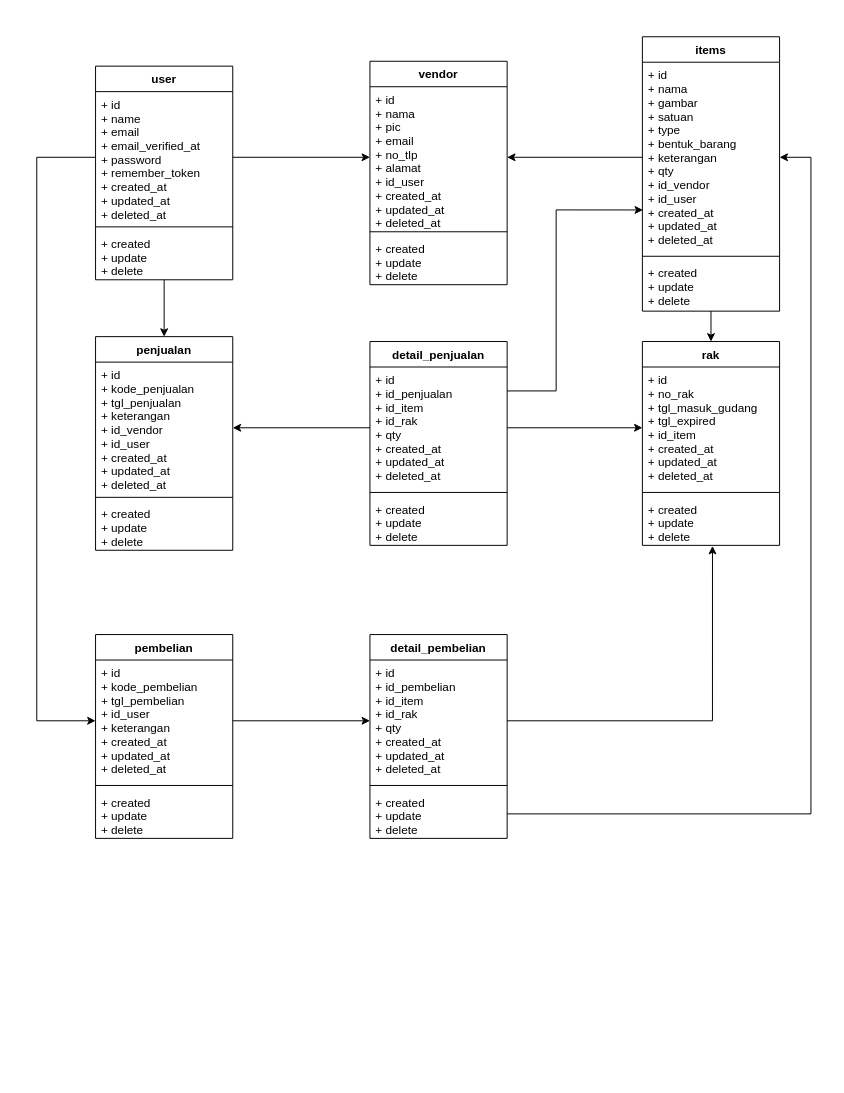
Above: public/DOKUMENTASI/Class diagram.drawio in ArsalanThufailWisandi/erp-warehouse (draw.io), before the change. Source tidied: cells renumbered, new cells numbered last; positions are measured from the earlier drawing's top-left corner, leaving out a move shared by most shapes. Both pictures are drawn from the tidied source at 98%, with x=0, y=0 at pixel (17, 17).
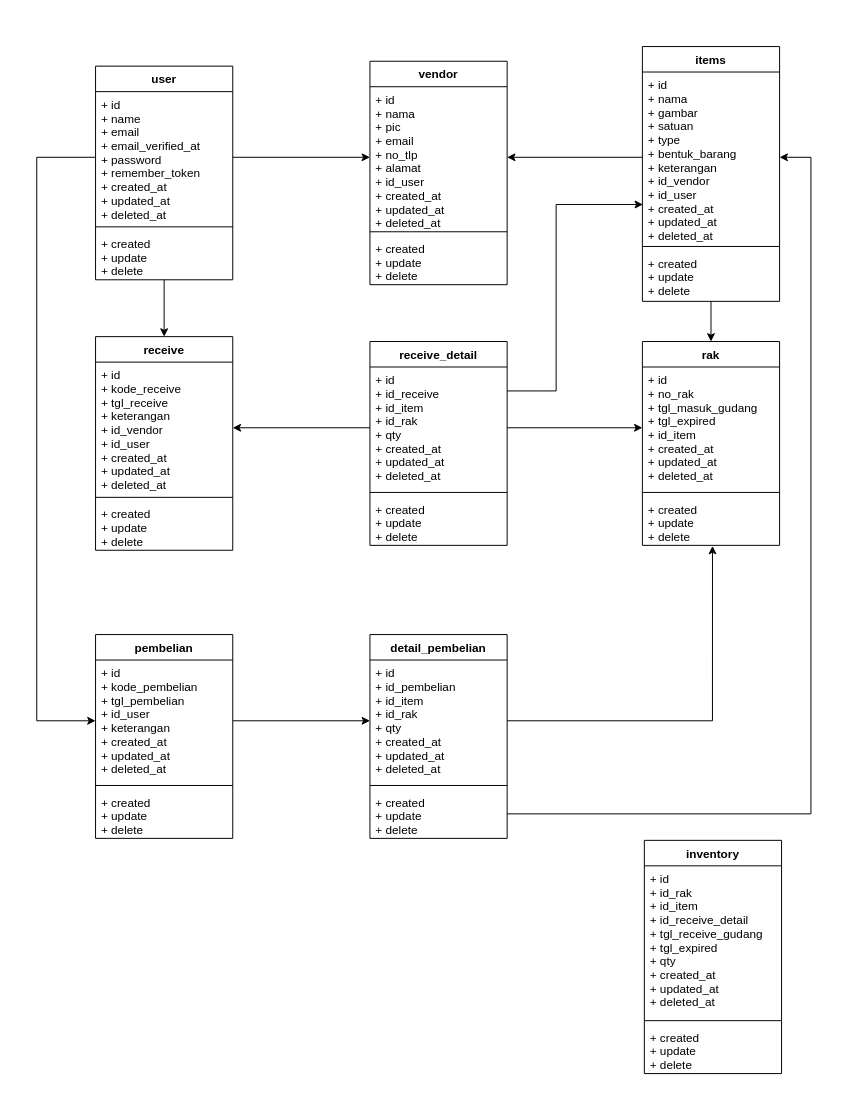
Above is the later version.

Diff of the diagram source:
```diff
@@
     <mxCell id="17" value="items" style="swimlane;fontStyle=1;align=center;verticalAlign=top;horizontal=1;startSize=26;" parent="1" vertex="1">
-      <mxGeometry x="638" y="20" width="140" height="280" as="geometry" />
+      <mxGeometry x="638" y="30" width="140" height="260" as="geometry" />
     </mxCell>
-    <mxCell id="18" value="+ id&#10;+ nama&#10;+ gambar&#10;+ satuan&#10;+ type&#10;+ bentuk_barang&#10;+ keterangan&#10;+ qty&#10;+ id_vendor&#10;+ id_user&#10;+ created_at&#10;+ updated_at&#10;+ deleted_at" style="text;strokeColor=none;fillColor=none;align=left;verticalAlign=top;spacingLeft=4;spacingRight=4;overflow=hidden;points=[[0,0.5],[1,0.5]];portConstraint=eastwest;" parent="17" vertex="1">
-      <mxGeometry y="26" width="140" height="194" as="geometry" />
+    <mxCell id="18" value="+ id&#10;+ nama&#10;+ gambar&#10;+ satuan&#10;+ type&#10;+ bentuk_barang&#10;+ keterangan&#10;+ id_vendor&#10;+ id_user&#10;+ created_at&#10;+ updated_at&#10;+ deleted_at" style="text;strokeColor=none;fillColor=none;align=left;verticalAlign=top;spacingLeft=4;spacingRight=4;overflow=hidden;points=[[0,0.5],[1,0.5]];portConstraint=eastwest;" parent="17" vertex="1">
+      <mxGeometry y="26" width="140" height="174" as="geometry" />
     </mxCell>
     <mxCell id="19" style="line;strokeWidth=1;fillColor=none;align=left;verticalAlign=middle;spacingTop=-1;spacingLeft=3;spacingRight=3;labelPosition=right;" parent="17" vertex="1">
-      <mxGeometry y="220" width="140" height="8" as="geometry" />
+      <mxGeometry y="200" width="140" height="8" as="geometry" />
     </mxCell>
     <mxCell id="20" value="+ created&#10;+ update&#10;+ delete" style="text;strokeColor=none;fillColor=none;align=left;verticalAlign=top;spacingLeft=4;spacingRight=4;overflow=hidden;points=[[0,0.5],[1,0.5]];portConstraint=eastwest;" parent="17" vertex="1">
-      <mxGeometry y="228" width="140" height="52" as="geometry" />
+      <mxGeometry y="208" width="140" height="52" as="geometry" />
     </mxCell>
@@
-    <mxCell id="26" value="penjualan" style="swimlane;fontStyle=1;align=center;verticalAlign=top;horizontal=1;startSize=26;" parent="1" vertex="1">
+    <mxCell id="26" value="receive" style="swimlane;fontStyle=1;align=center;verticalAlign=top;horizontal=1;startSize=26;" parent="1" vertex="1">
       <mxGeometry x="80" y="326" width="140" height="218" as="geometry" />
     </mxCell>
-    <mxCell id="27" value="+ id&#10;+ kode_penjualan&#10;+ tgl_penjualan&#10;+ keterangan&#10;+ id_vendor&#10;+ id_user&#10;+ created_at&#10;+ updated_at&#10;+ deleted_at" style="text;strokeColor=none;fillColor=none;align=left;verticalAlign=top;spacingLeft=4;spacingRight=4;overflow=hidden;points=[[0,0.5],[1,0.5]];portConstraint=eastwest;" parent="26" vertex="1">
+    <mxCell id="27" value="+ id&#10;+ kode_receive&#10;+ tgl_receive&#10;+ keterangan&#10;+ id_vendor&#10;+ id_user&#10;+ created_at&#10;+ updated_at&#10;+ deleted_at" style="text;strokeColor=none;fillColor=none;align=left;verticalAlign=top;spacingLeft=4;spacingRight=4;overflow=hidden;points=[[0,0.5],[1,0.5]];portConstraint=eastwest;" parent="26" vertex="1">
       <mxGeometry y="26" width="140" height="134" as="geometry" />
     </mxCell>
@@
-    <mxCell id="30" value="detail_penjualan" style="swimlane;fontStyle=1;align=center;verticalAlign=top;horizontal=1;startSize=26;" parent="1" vertex="1">
+    <mxCell id="30" value="receive_detail" style="swimlane;fontStyle=1;align=center;verticalAlign=top;horizontal=1;startSize=26;" parent="1" vertex="1">
       <mxGeometry x="360" y="331" width="140" height="208" as="geometry" />
     </mxCell>
-    <mxCell id="31" value="+ id&#10;+ id_penjualan&#10;+ id_item&#10;+ id_rak&#10;+ qty&#10;+ created_at&#10;+ updated_at&#10;+ deleted_at" style="text;strokeColor=none;fillColor=none;align=left;verticalAlign=top;spacingLeft=4;spacingRight=4;overflow=hidden;points=[[0,0.5],[1,0.5]];portConstraint=eastwest;" parent="30" vertex="1">
+    <mxCell id="31" value="+ id&#10;+ id_receive&#10;+ id_item&#10;+ id_rak&#10;+ qty&#10;+ created_at&#10;+ updated_at&#10;+ deleted_at" style="text;strokeColor=none;fillColor=none;align=left;verticalAlign=top;spacingLeft=4;spacingRight=4;overflow=hidden;points=[[0,0.5],[1,0.5]];portConstraint=eastwest;" parent="30" vertex="1">
       <mxGeometry y="26" width="140" height="124" as="geometry" />
     </mxCell>
@@
     <mxCell id="47" style="rounded=0;jettySize=auto;html=1;entryX=1;entryY=0.197;entryDx=0;entryDy=0;exitX=0.004;exitY=0.777;exitDx=0;exitDy=0;edgeStyle=orthogonalEdgeStyle;elbow=vertical;exitPerimeter=0;entryPerimeter=0;startArrow=classic;startFill=1;endArrow=none;endFill=0;" parent="1" edge="1" source="18" target="31">
       <mxGeometry relative="1" as="geometry">
         <Array as="points">
-          <mxPoint x="550" y="197" />
+          <mxPoint x="550" y="191" />
           <mxPoint x="550" y="381" />
         </Array>
       </mxGeometry>
     </mxCell>
+    <mxCell id="48" value="inventory" style="swimlane;fontStyle=1;align=center;verticalAlign=top;horizontal=1;startSize=26;" parent="1" vertex="1">
+      <mxGeometry x="640" y="840" width="140" height="238" as="geometry" />
+    </mxCell>
+    <mxCell id="49" value="+ id&#10;+ id_rak&#10;+ id_item&#10;+ id_receive_detail&#10;+ tgl_receive_gudang&#10;+ tgl_expired&#10;+ qty&#10;+ created_at&#10;+ updated_at&#10;+ deleted_at" style="text;strokeColor=none;fillColor=none;align=left;verticalAlign=top;spacingLeft=4;spacingRight=4;overflow=hidden;" parent="48" vertex="1">
+      <mxGeometry y="26" width="140" height="154" as="geometry" />
+    </mxCell>
+    <mxCell id="50" style="line;strokeWidth=1;fillColor=none;align=left;verticalAlign=middle;spacingTop=-1;spacingLeft=3;spacingRight=3;labelPosition=right;" parent="48" vertex="1">
+      <mxGeometry y="180" width="140" height="8" as="geometry" />
+    </mxCell>
+    <mxCell id="51" value="+ created&#10;+ update&#10;+ delete" style="text;strokeColor=none;fillColor=none;align=left;verticalAlign=top;spacingLeft=4;spacingRight=4;overflow=hidden;" parent="48" vertex="1">
+      <mxGeometry y="188" width="140" height="50" as="geometry" />
+    </mxCell>
```
